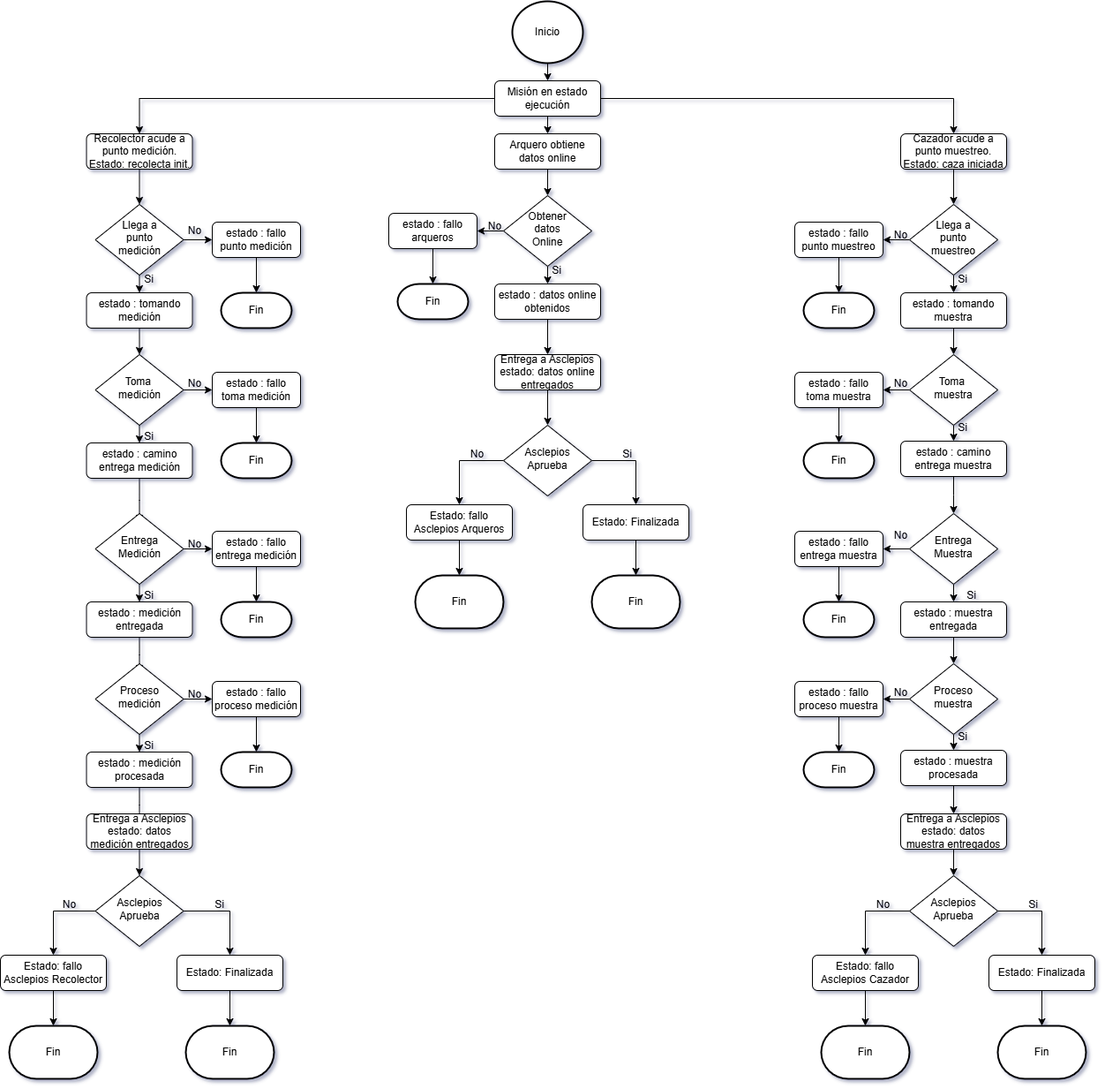
Earlier version of the draw.io export docs/assets/images/diagramas/Flujo_Mision_Ejecucion_General_fondo.png (DavidAlbiGarcia/datamalkion_mod1). Source tidied: cells renumbered, new cells last; positions are measured from the earlier drawing's top-left corner, leaving out a move shared by most shapes.
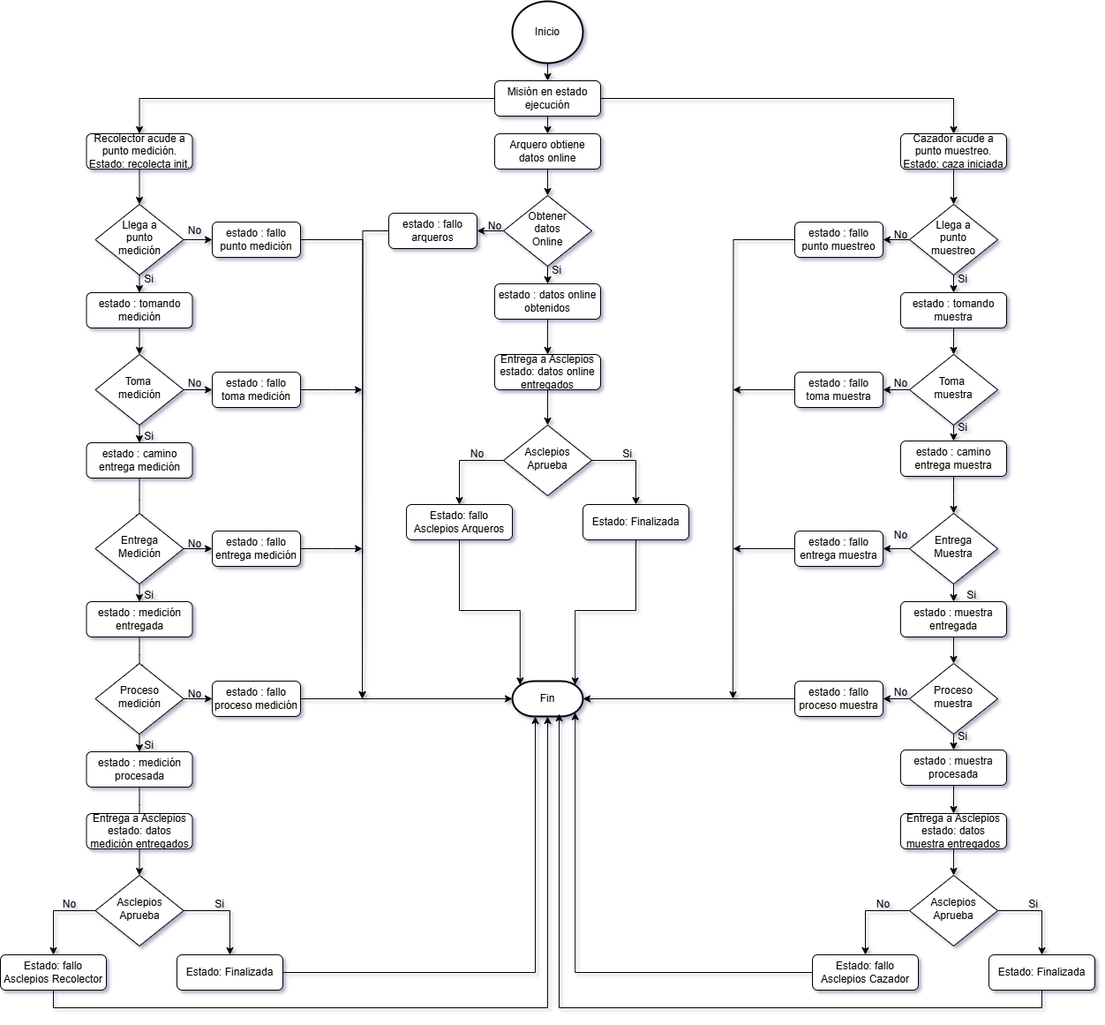
The same diagram one commit later.

What changed in the source:
```diff
@@ -25,5 +25,2 @@
     </mxCell>
-    <mxCell id="9" value="Fin" style="strokeWidth=2;html=1;shape=mxgraph.flowchart.terminator;whiteSpace=wrap;" parent="1" vertex="1">
-      <mxGeometry x="450" y="320" width="80" height="40" as="geometry" />
-    </mxCell>
     <mxCell id="10" style="edgeStyle=orthogonalEdgeStyle;rounded=0;jettySize=auto;html=1;exitX=0.5;exitY=1;exitDx=0;exitDy=0;exitPerimeter=0;entryX=0.5;entryY=0;entryDx=0;entryDy=0;" parent="1" edge="1" source="11" target="5">
@@ -63,2 +60,7 @@
     </mxCell>
+    <mxCell id="143" style="edgeStyle=orthogonalEdgeStyle;rounded=0;jettySize=auto;html=1;exitX=0;exitY=0.5;exitDx=0;exitDy=0;" parent="1" edge="1" source="21">
+      <mxGeometry relative="1" as="geometry">
+        <mxPoint x="410" y="790" as="targetPoint" />
+      </mxGeometry>
+    </mxCell>
     <mxCell id="21" value="estado : fallo arqueros" style="rounded=1;whiteSpace=wrap;html=1;fontSize=12;glass=0;strokeWidth=1;shadow=0;" parent="1" vertex="1">
@@ -66,5 +68,2 @@
     </mxCell>
-    <mxCell id="22" value="Fin" style="strokeWidth=2;html=1;shape=mxgraph.flowchart.terminator;whiteSpace=wrap;" parent="1" vertex="1">
-      <mxGeometry x="470" y="650" width="100" height="60" as="geometry" />
-    </mxCell>
     <mxCell id="23" style="edgeStyle=orthogonalEdgeStyle;rounded=0;jettySize=auto;html=1;exitX=0.5;exitY=1;exitDx=0;exitDy=0;entryX=0.5;entryY=0;entryDx=0;entryDy=0;" parent="1" edge="1" source="24" target="29">
@@ -81,5 +80,2 @@
     </mxCell>
-    <mxCell id="27" style="edgeStyle=orthogonalEdgeStyle;rounded=0;jettySize=auto;html=1;exitX=0.5;exitY=1;exitDx=0;exitDy=0;entryX=0.5;entryY=0;entryDx=0;entryDy=0;entryPerimeter=0;" parent="1" edge="1" source="21" target="9">
-      <mxGeometry relative="1" as="geometry" />
-    </mxCell>
     <mxCell id="28" style="edgeStyle=orthogonalEdgeStyle;rounded=0;jettySize=auto;html=1;exitX=0.5;exitY=1;exitDx=0;exitDy=0;entryX=0.5;entryY=0;entryDx=0;entryDy=0;" parent="1" edge="1" source="29" target="8">
@@ -93,5 +89,2 @@
     </mxCell>
-    <mxCell id="31" style="edgeStyle=orthogonalEdgeStyle;rounded=0;jettySize=auto;html=1;exitX=0.5;exitY=1;exitDx=0;exitDy=0;entryX=0.5;entryY=0;entryDx=0;entryDy=0;entryPerimeter=0;" parent="1" edge="1" source="30" target="22">
-      <mxGeometry relative="1" as="geometry" />
-    </mxCell>
     <mxCell id="32" value="No" style="text;html=1;align=center;verticalAlign=middle;strokeColor=none;fillColor=none;" parent="1" vertex="1">
@@ -102,8 +95,2 @@
     </mxCell>
-    <mxCell id="34" value="Fin" style="strokeWidth=2;html=1;shape=mxgraph.flowchart.terminator;whiteSpace=wrap;" parent="1" vertex="1">
-      <mxGeometry x="670" y="650" width="100" height="60" as="geometry" />
-    </mxCell>
-    <mxCell id="35" style="edgeStyle=orthogonalEdgeStyle;rounded=0;jettySize=auto;html=1;exitX=0.5;exitY=1;exitDx=0;exitDy=0;entryX=0.5;entryY=0;entryDx=0;entryDy=0;entryPerimeter=0;" parent="1" edge="1" source="33" target="34">
-      <mxGeometry relative="1" as="geometry" />
-    </mxCell>
     <mxCell id="36" value="Si" style="text;html=1;align=center;verticalAlign=middle;strokeColor=none;fillColor=none;" parent="1" vertex="1">
@@ -121,3 +108,3 @@
     <mxCell id="40" value="Fin" style="strokeWidth=2;html=1;shape=mxgraph.flowchart.terminator;whiteSpace=wrap;" parent="1" vertex="1">
-      <mxGeometry x="910" y="330" width="80" height="40" as="geometry" />
+      <mxGeometry x="580" y="770" width="80" height="40" as="geometry" />
     </mxCell>
@@ -132,2 +119,7 @@
     </mxCell>
+    <mxCell id="144" style="edgeStyle=orthogonalEdgeStyle;rounded=0;jettySize=auto;html=1;exitX=0;exitY=0.5;exitDx=0;exitDy=0;" parent="1" edge="1" source="44">
+      <mxGeometry relative="1" as="geometry">
+        <mxPoint x="830" y="790" as="targetPoint" />
+      </mxGeometry>
+    </mxCell>
     <mxCell id="44" value="estado : fallo punto muestreo" style="rounded=1;whiteSpace=wrap;html=1;fontSize=12;glass=0;strokeWidth=1;shadow=0;" parent="1" vertex="1">
@@ -135,5 +127,2 @@
     </mxCell>
-    <mxCell id="45" value="Fin" style="strokeWidth=2;html=1;shape=mxgraph.flowchart.terminator;whiteSpace=wrap;" parent="1" vertex="1">
-      <mxGeometry x="930" y="1160" width="100" height="60" as="geometry" />
-    </mxCell>
     <mxCell id="46" style="edgeStyle=orthogonalEdgeStyle;rounded=0;jettySize=auto;html=1;exitX=0.5;exitY=1;exitDx=0;exitDy=0;entryX=0.5;entryY=0;entryDx=0;entryDy=0;" parent="1" edge="1" source="47" target="60">
@@ -150,5 +139,2 @@
     </mxCell>
-    <mxCell id="50" style="edgeStyle=orthogonalEdgeStyle;rounded=0;jettySize=auto;html=1;exitX=0.5;exitY=1;exitDx=0;exitDy=0;entryX=0.5;entryY=0;entryDx=0;entryDy=0;entryPerimeter=0;" parent="1" edge="1" source="44" target="40">
-      <mxGeometry relative="1" as="geometry" />
-    </mxCell>
     <mxCell id="51" value="Estado: fallo Asclepios Cazador" style="rounded=1;whiteSpace=wrap;html=1;fontSize=12;glass=0;strokeWidth=1;shadow=0;" parent="1" vertex="1">
@@ -156,5 +142,2 @@
     </mxCell>
-    <mxCell id="52" style="edgeStyle=orthogonalEdgeStyle;rounded=0;jettySize=auto;html=1;exitX=0.5;exitY=1;exitDx=0;exitDy=0;entryX=0.5;entryY=0;entryDx=0;entryDy=0;entryPerimeter=0;" parent="1" edge="1" source="51" target="45">
-      <mxGeometry relative="1" as="geometry" />
-    </mxCell>
     <mxCell id="53" value="No" style="text;html=1;align=center;verticalAlign=middle;strokeColor=none;fillColor=none;" parent="1" vertex="1">
@@ -165,8 +148,2 @@
     </mxCell>
-    <mxCell id="55" value="Fin" style="strokeWidth=2;html=1;shape=mxgraph.flowchart.terminator;whiteSpace=wrap;" parent="1" vertex="1">
-      <mxGeometry x="1130" y="1160" width="100" height="60" as="geometry" />
-    </mxCell>
-    <mxCell id="56" style="edgeStyle=orthogonalEdgeStyle;rounded=0;jettySize=auto;html=1;exitX=0.5;exitY=1;exitDx=0;exitDy=0;entryX=0.5;entryY=0;entryDx=0;entryDy=0;entryPerimeter=0;" parent="1" edge="1" source="54" target="55">
-      <mxGeometry relative="1" as="geometry" />
-    </mxCell>
     <mxCell id="57" value="Si" style="text;html=1;align=center;verticalAlign=middle;strokeColor=none;fillColor=none;" parent="1" vertex="1">
@@ -183,5 +160,7 @@
     </mxCell>
-    <mxCell id="61" value="Fin" style="strokeWidth=2;html=1;shape=mxgraph.flowchart.terminator;whiteSpace=wrap;" parent="1" vertex="1">
-      <mxGeometry x="910" y="500" width="80" height="40" as="geometry" />
-    </mxCell>
+    <mxCell id="145" style="edgeStyle=orthogonalEdgeStyle;rounded=0;jettySize=auto;html=1;exitX=0;exitY=0.5;exitDx=0;exitDy=0;" parent="1" edge="1" source="62">
+      <mxGeometry relative="1" as="geometry">
+        <mxPoint x="830" y="440" as="targetPoint" />
+      </mxGeometry>
+    </mxCell>
     <mxCell id="62" value="estado : fallo toma muestra" style="rounded=1;whiteSpace=wrap;html=1;fontSize=12;glass=0;strokeWidth=1;shadow=0;" parent="1" vertex="1">
@@ -189,5 +168,2 @@
     </mxCell>
-    <mxCell id="63" style="edgeStyle=orthogonalEdgeStyle;rounded=0;jettySize=auto;html=1;exitX=0.5;exitY=1;exitDx=0;exitDy=0;entryX=0.5;entryY=0;entryDx=0;entryDy=0;entryPerimeter=0;" parent="1" edge="1" source="62" target="61">
-      <mxGeometry relative="1" as="geometry" />
-    </mxCell>
     <mxCell id="64" value="No" style="text;html=1;align=center;verticalAlign=middle;strokeColor=none;fillColor=none;" parent="1" vertex="1">
@@ -215,5 +191,7 @@
     </mxCell>
-    <mxCell id="71" value="Fin" style="strokeWidth=2;html=1;shape=mxgraph.flowchart.terminator;whiteSpace=wrap;" parent="1" vertex="1">
-      <mxGeometry x="910" y="680" width="80" height="40" as="geometry" />
-    </mxCell>
+    <mxCell id="146" style="edgeStyle=orthogonalEdgeStyle;rounded=0;jettySize=auto;html=1;exitX=0;exitY=0.5;exitDx=0;exitDy=0;" parent="1" edge="1" source="72">
+      <mxGeometry relative="1" as="geometry">
+        <mxPoint x="830" y="620" as="targetPoint" />
+      </mxGeometry>
+    </mxCell>
     <mxCell id="72" value="estado : fallo entrega muestra" style="rounded=1;whiteSpace=wrap;html=1;fontSize=12;glass=0;strokeWidth=1;shadow=0;" parent="1" vertex="1">
@@ -221,5 +199,2 @@
     </mxCell>
-    <mxCell id="73" style="edgeStyle=orthogonalEdgeStyle;rounded=0;jettySize=auto;html=1;exitX=0.5;exitY=1;exitDx=0;exitDy=0;entryX=0.5;entryY=0;entryDx=0;entryDy=0;entryPerimeter=0;" parent="1" edge="1" source="72" target="71">
-      <mxGeometry relative="1" as="geometry" />
-    </mxCell>
     <mxCell id="74" value="No" style="text;html=1;align=center;verticalAlign=middle;strokeColor=none;fillColor=none;" parent="1" vertex="1">
@@ -247,5 +222,5 @@
     </mxCell>
-    <mxCell id="81" value="Fin" style="strokeWidth=2;html=1;shape=mxgraph.flowchart.terminator;whiteSpace=wrap;" parent="1" vertex="1">
-      <mxGeometry x="910" y="850" width="80" height="40" as="geometry" />
-    </mxCell>
+    <mxCell id="147" style="edgeStyle=orthogonalEdgeStyle;rounded=0;jettySize=auto;html=1;exitX=0;exitY=0.5;exitDx=0;exitDy=0;" parent="1" edge="1" source="82" target="40">
+      <mxGeometry relative="1" as="geometry" />
+    </mxCell>
     <mxCell id="82" value="estado : fallo proceso muestra" style="rounded=1;whiteSpace=wrap;html=1;fontSize=12;glass=0;strokeWidth=1;shadow=0;" parent="1" vertex="1">
@@ -253,5 +228,2 @@
     </mxCell>
-    <mxCell id="83" style="edgeStyle=orthogonalEdgeStyle;rounded=0;jettySize=auto;html=1;exitX=0.5;exitY=1;exitDx=0;exitDy=0;entryX=0.5;entryY=0;entryDx=0;entryDy=0;entryPerimeter=0;" parent="1" edge="1" source="82" target="81">
-      <mxGeometry relative="1" as="geometry" />
-    </mxCell>
     <mxCell id="84" value="No" style="text;html=1;align=center;verticalAlign=middle;strokeColor=none;fillColor=none;" parent="1" vertex="1">
@@ -285,5 +257,2 @@
     </mxCell>
-    <mxCell id="93" value="Fin" style="strokeWidth=2;html=1;shape=mxgraph.flowchart.terminator;whiteSpace=wrap;" parent="1" vertex="1">
-      <mxGeometry x="250" y="330" width="80" height="40" as="geometry" />
-    </mxCell>
     <mxCell id="94" style="edgeStyle=orthogonalEdgeStyle;rounded=0;jettySize=auto;html=1;exitX=1;exitY=0.5;exitDx=0;exitDy=0;entryX=0;entryY=0.5;entryDx=0;entryDy=0;" parent="1" edge="1" source="96" target="97">
@@ -297,2 +266,7 @@
     </mxCell>
+    <mxCell id="148" style="edgeStyle=orthogonalEdgeStyle;rounded=0;jettySize=auto;html=1;exitX=1;exitY=0.5;exitDx=0;exitDy=0;" parent="1" edge="1" source="97">
+      <mxGeometry relative="1" as="geometry">
+        <mxPoint x="410" y="790" as="targetPoint" />
+      </mxGeometry>
+    </mxCell>
     <mxCell id="97" value="estado : fallo punto medición" style="rounded=1;whiteSpace=wrap;html=1;fontSize=12;glass=0;strokeWidth=1;shadow=0;" parent="1" vertex="1">
@@ -300,5 +274,2 @@
     </mxCell>
-    <mxCell id="98" value="Fin" style="strokeWidth=2;html=1;shape=mxgraph.flowchart.terminator;whiteSpace=wrap;" parent="1" vertex="1">
-      <mxGeometry x="10" y="1160" width="100" height="60" as="geometry" />
-    </mxCell>
     <mxCell id="99" style="edgeStyle=orthogonalEdgeStyle;rounded=0;jettySize=auto;html=1;exitX=0.5;exitY=1;exitDx=0;exitDy=0;entryX=0.5;entryY=0;entryDx=0;entryDy=0;" parent="1" edge="1" source="100" target="109">
@@ -309,5 +280,2 @@
     </mxCell>
-    <mxCell id="101" style="edgeStyle=orthogonalEdgeStyle;rounded=0;jettySize=auto;html=1;exitX=0.5;exitY=1;exitDx=0;exitDy=0;entryX=0.5;entryY=0;entryDx=0;entryDy=0;entryPerimeter=0;" parent="1" edge="1" source="97" target="93">
-      <mxGeometry relative="1" as="geometry" />
-    </mxCell>
     <mxCell id="102" value="Estado: fallo Asclepios Recolector" style="rounded=1;whiteSpace=wrap;html=1;fontSize=12;glass=0;strokeWidth=1;shadow=0;" parent="1" vertex="1">
@@ -321,5 +289,2 @@
     </mxCell>
-    <mxCell id="105" value="Fin" style="strokeWidth=2;html=1;shape=mxgraph.flowchart.terminator;whiteSpace=wrap;" parent="1" vertex="1">
-      <mxGeometry x="210" y="1160" width="100" height="60" as="geometry" />
-    </mxCell>
     <mxCell id="106" value="Si" style="text;html=1;align=center;verticalAlign=middle;strokeColor=none;fillColor=none;" parent="1" vertex="1">
@@ -336,5 +301,7 @@
     </mxCell>
-    <mxCell id="110" value="Fin" style="strokeWidth=2;html=1;shape=mxgraph.flowchart.terminator;whiteSpace=wrap;" parent="1" vertex="1">
-      <mxGeometry x="250" y="500" width="80" height="40" as="geometry" />
-    </mxCell>
+    <mxCell id="149" style="edgeStyle=orthogonalEdgeStyle;rounded=0;jettySize=auto;html=1;exitX=1;exitY=0.5;exitDx=0;exitDy=0;" parent="1" edge="1" source="111">
+      <mxGeometry relative="1" as="geometry">
+        <mxPoint x="410" y="440" as="targetPoint" />
+      </mxGeometry>
+    </mxCell>
     <mxCell id="111" value="estado : fallo toma medición" style="rounded=1;whiteSpace=wrap;html=1;fontSize=12;glass=0;strokeWidth=1;shadow=0;" parent="1" vertex="1">
@@ -342,5 +309,2 @@
     </mxCell>
-    <mxCell id="112" style="edgeStyle=orthogonalEdgeStyle;rounded=0;jettySize=auto;html=1;exitX=0.5;exitY=1;exitDx=0;exitDy=0;entryX=0.5;entryY=0;entryDx=0;entryDy=0;entryPerimeter=0;" parent="1" edge="1" source="111" target="110">
-      <mxGeometry relative="1" as="geometry" />
-    </mxCell>
     <mxCell id="113" style="edgeStyle=orthogonalEdgeStyle;rounded=0;jettySize=auto;html=1;exitX=0.5;exitY=1;exitDx=0;exitDy=0;" parent="1" edge="1" source="114">
@@ -365,5 +329,7 @@
     </mxCell>
-    <mxCell id="119" value="Fin" style="strokeWidth=2;html=1;shape=mxgraph.flowchart.terminator;whiteSpace=wrap;" parent="1" vertex="1">
-      <mxGeometry x="250" y="680" width="80" height="40" as="geometry" />
-    </mxCell>
+    <mxCell id="150" style="edgeStyle=orthogonalEdgeStyle;rounded=0;jettySize=auto;html=1;exitX=1;exitY=0.5;exitDx=0;exitDy=0;" parent="1" edge="1" source="120">
+      <mxGeometry relative="1" as="geometry">
+        <mxPoint x="410" y="620" as="targetPoint" />
+      </mxGeometry>
+    </mxCell>
     <mxCell id="120" value="estado : fallo entrega medición" style="rounded=1;whiteSpace=wrap;html=1;fontSize=12;glass=0;strokeWidth=1;shadow=0;" parent="1" vertex="1">
@@ -371,5 +337,2 @@
     </mxCell>
-    <mxCell id="121" style="edgeStyle=orthogonalEdgeStyle;rounded=0;jettySize=auto;html=1;exitX=0.5;exitY=1;exitDx=0;exitDy=0;entryX=0.5;entryY=0;entryDx=0;entryDy=0;entryPerimeter=0;" parent="1" edge="1" source="120" target="119">
-      <mxGeometry relative="1" as="geometry" />
-    </mxCell>
     <mxCell id="122" style="edgeStyle=orthogonalEdgeStyle;rounded=0;jettySize=auto;html=1;exitX=0.5;exitY=1;exitDx=0;exitDy=0;" parent="1" edge="1" source="123">
@@ -394,5 +357,2 @@
     </mxCell>
-    <mxCell id="128" value="Fin" style="strokeWidth=2;html=1;shape=mxgraph.flowchart.terminator;whiteSpace=wrap;" parent="1" vertex="1">
-      <mxGeometry x="250" y="850" width="80" height="40" as="geometry" />
-    </mxCell>
     <mxCell id="129" value="estado : fallo proceso medición" style="rounded=1;whiteSpace=wrap;html=1;fontSize=12;glass=0;strokeWidth=1;shadow=0;" parent="1" vertex="1">
@@ -400,5 +360,2 @@
     </mxCell>
-    <mxCell id="130" style="edgeStyle=orthogonalEdgeStyle;rounded=0;jettySize=auto;html=1;exitX=0.5;exitY=1;exitDx=0;exitDy=0;entryX=0.5;entryY=0;entryDx=0;entryDy=0;entryPerimeter=0;" parent="1" edge="1" source="129" target="128">
-      <mxGeometry relative="1" as="geometry" />
-    </mxCell>
     <mxCell id="131" style="edgeStyle=orthogonalEdgeStyle;rounded=0;jettySize=auto;html=1;exitX=0.5;exitY=1;exitDx=0;exitDy=0;" parent="1" edge="1" source="132">
@@ -432,8 +389,2 @@
     </mxCell>
-    <mxCell id="140" style="edgeStyle=orthogonalEdgeStyle;rounded=0;jettySize=auto;html=1;exitX=0.5;exitY=1;exitDx=0;exitDy=0;entryX=0.5;entryY=0;entryDx=0;entryDy=0;entryPerimeter=0;" parent="1" edge="1" source="104" target="105">
-      <mxGeometry relative="1" as="geometry" />
-    </mxCell>
-    <mxCell id="141" style="edgeStyle=orthogonalEdgeStyle;rounded=0;jettySize=auto;html=1;exitX=0.5;exitY=1;exitDx=0;exitDy=0;entryX=0.5;entryY=0;entryDx=0;entryDy=0;entryPerimeter=0;" parent="1" edge="1" source="102" target="98">
-      <mxGeometry relative="1" as="geometry" />
-    </mxCell>
     <mxCell id="142" value="Si" style="text;html=1;align=center;verticalAlign=middle;strokeColor=none;fillColor=none;" parent="1" vertex="1">
@@ -441,2 +392,23 @@
     </mxCell>
+    <mxCell id="151" style="edgeStyle=orthogonalEdgeStyle;rounded=0;jettySize=auto;html=1;exitX=0.5;exitY=1;exitDx=0;exitDy=0;entryX=0.5;entryY=1;entryDx=0;entryDy=0;entryPerimeter=0;" parent="1" edge="1" source="102" target="40">
+      <mxGeometry relative="1" as="geometry" />
+    </mxCell>
+    <mxCell id="152" style="edgeStyle=orthogonalEdgeStyle;rounded=0;jettySize=auto;html=1;exitX=0;exitY=0.5;exitDx=0;exitDy=0;entryX=0.89;entryY=0.89;entryDx=0;entryDy=0;entryPerimeter=0;" parent="1" edge="1" source="51" target="40">
+      <mxGeometry relative="1" as="geometry" />
+    </mxCell>
+    <mxCell id="153" style="edgeStyle=orthogonalEdgeStyle;rounded=0;jettySize=auto;html=1;exitX=1;exitY=0.5;exitDx=0;exitDy=0;entryX=0.325;entryY=1;entryDx=0;entryDy=0;entryPerimeter=0;" parent="1" edge="1" source="104" target="40">
+      <mxGeometry relative="1" as="geometry" />
+    </mxCell>
+    <mxCell id="154" style="edgeStyle=orthogonalEdgeStyle;rounded=0;jettySize=auto;html=1;exitX=0.5;exitY=1;exitDx=0;exitDy=0;entryX=0.663;entryY=0.925;entryDx=0;entryDy=0;entryPerimeter=0;" parent="1" edge="1" source="54" target="40">
+      <mxGeometry relative="1" as="geometry" />
+    </mxCell>
+    <mxCell id="155" style="edgeStyle=orthogonalEdgeStyle;rounded=0;jettySize=auto;html=1;exitX=1;exitY=0.5;exitDx=0;exitDy=0;entryX=0;entryY=0.5;entryDx=0;entryDy=0;entryPerimeter=0;" parent="1" edge="1" source="129" target="40">
+      <mxGeometry relative="1" as="geometry" />
+    </mxCell>
+    <mxCell id="156" style="edgeStyle=orthogonalEdgeStyle;rounded=0;jettySize=auto;html=1;exitX=0.5;exitY=1;exitDx=0;exitDy=0;entryX=0.11;entryY=0.11;entryDx=0;entryDy=0;entryPerimeter=0;" parent="1" edge="1" source="30" target="40">
+      <mxGeometry relative="1" as="geometry" />
+    </mxCell>
+    <mxCell id="157" style="edgeStyle=orthogonalEdgeStyle;rounded=0;jettySize=auto;html=1;exitX=0.5;exitY=1;exitDx=0;exitDy=0;entryX=0.89;entryY=0.11;entryDx=0;entryDy=0;entryPerimeter=0;" parent="1" edge="1" source="33" target="40">
+      <mxGeometry relative="1" as="geometry" />
+    </mxCell>
   </root>
```
